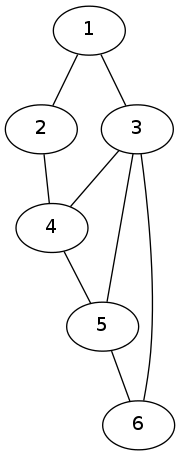
This is out/example.png from thiagodnf/algoritmos-para-grafos-em-c-plus-plus, a Graphviz export, as it was before one commit. Its source is kept beside it as out/example.dot. Its diagram source:
```dot
digraph{
	1;2;3;4;5;6;
	subgraph dig {
		edge [dir=none, color=black]
1->2;
1->3;
2->4;
3->4;
3->5;
3->6;
4->5;
5->6;
	}

	subgraph g {
		}
}
```
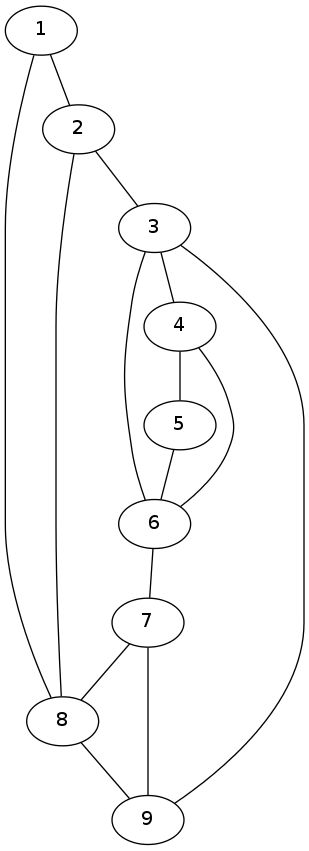
The same file after the commit.

Change to the diagram source:
```diff
@@ -1,15 +1,21 @@
 digraph{
-	1;2;3;4;5;6;
+	1;2;3;4;5;6;7;8;9;
 	subgraph dig {
 		edge [dir=none, color=black]
 1->2;
-1->3;
-2->4;
+1->8;
+2->3;
+2->8;
 3->4;
-3->5;
 3->6;
+3->9;
 4->5;
+4->6;
 5->6;
+6->7;
+7->8;
+7->9;
+8->9;
 	}
 
 	subgraph g {
```
